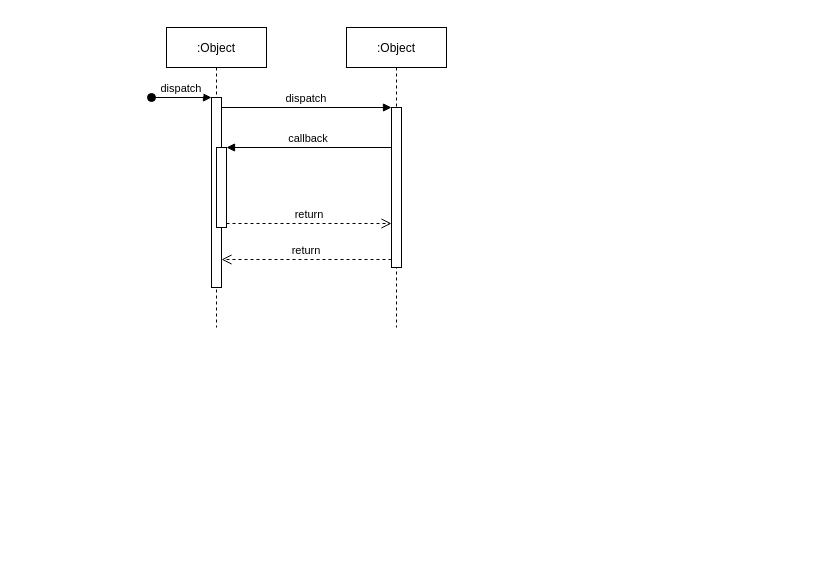
AnasBawazir/CarWashingStation keeps this draw.io diagram as sequance diagram v1.drawio. Above is the earlier version. Source tidied: cells renumbered, new cells numbered last; positions are measured from the earlier drawing's top-left corner, leaving out a move shared by most shapes. Both pictures are drawn from the tidied source at 100%, with x=0, y=0 at pixel (151, 27).
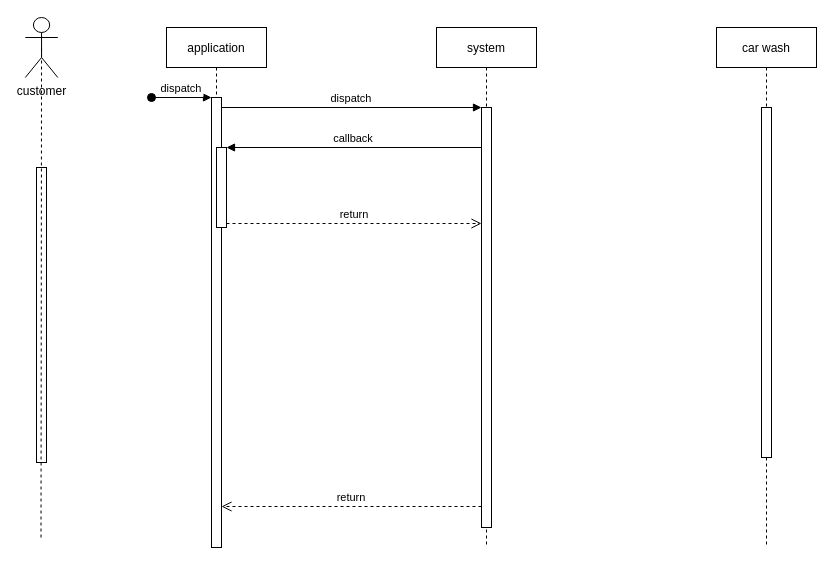
Above is the later version.

The edit, as a diff of the source:
```diff
@@
 <mxGraphModel>
   <root>
     <mxCell id="0" />
     <mxCell id="1" parent="0" />
-    <mxCell id="2" value=":Object" style="shape=umlLifeline;perimeter=lifelinePerimeter;rounded=0;shadow=0;strokeWidth=1;" parent="1" vertex="1">
-      <mxGeometry x="15" width="100" height="300" as="geometry" />
+    <mxCell id="2" value="application" style="shape=umlLifeline;perimeter=lifelinePerimeter;rounded=0;shadow=0;strokeWidth=1;" parent="1" vertex="1">
+      <mxGeometry x="15" width="100" height="520" as="geometry" />
     </mxCell>
     <mxCell id="3" style="points=[];perimeter=orthogonalPerimeter;rounded=0;shadow=0;strokeWidth=1;" parent="2" vertex="1">
-      <mxGeometry x="45" y="70" width="10" height="190" as="geometry" />
+      <mxGeometry x="45" y="70" width="10" height="450" as="geometry" />
     </mxCell>
     <mxCell id="4" value="dispatch" style="verticalAlign=bottom;startArrow=oval;endArrow=block;startSize=8;shadow=0;strokeWidth=1;" parent="2" edge="1" target="3">
       <mxGeometry relative="1" as="geometry">
         <mxPoint x="-15" y="70" as="sourcePoint" />
       </mxGeometry>
     </mxCell>
     <mxCell id="5" style="points=[];perimeter=orthogonalPerimeter;rounded=0;shadow=0;strokeWidth=1;" parent="2" vertex="1">
       <mxGeometry x="50" y="120" width="10" height="80" as="geometry" />
     </mxCell>
-    <mxCell id="6" value=":Object" style="shape=umlLifeline;perimeter=lifelinePerimeter;rounded=0;shadow=0;strokeWidth=1;" parent="1" vertex="1">
-      <mxGeometry x="195" width="100" height="300" as="geometry" />
+    <mxCell id="6" value="system" style="shape=umlLifeline;perimeter=lifelinePerimeter;rounded=0;shadow=0;strokeWidth=1;" parent="1" vertex="1">
+      <mxGeometry x="285" width="100" height="520" as="geometry" />
     </mxCell>
     <mxCell id="7" style="points=[];perimeter=orthogonalPerimeter;rounded=0;shadow=0;strokeWidth=1;" parent="6" vertex="1">
-      <mxGeometry x="45" y="80" width="10" height="160" as="geometry" />
+      <mxGeometry x="45" y="80" width="10" height="420" as="geometry" />
     </mxCell>
     <mxCell id="8" value="return" style="verticalAlign=bottom;endArrow=open;dashed=1;endSize=8;exitX=0;exitY=0.95;shadow=0;strokeWidth=1;" parent="1" edge="1" source="7" target="3">
       <mxGeometry relative="1" as="geometry" />
     </mxCell>
     <mxCell id="9" value="dispatch" style="verticalAlign=bottom;endArrow=block;entryX=0;entryY=0;shadow=0;strokeWidth=1;" parent="1" edge="1" source="3" target="7">
       <mxGeometry relative="1" as="geometry" />
     </mxCell>
     <mxCell id="10" value="callback" style="verticalAlign=bottom;endArrow=block;entryX=1;entryY=0;shadow=0;strokeWidth=1;" parent="1" edge="1" source="7" target="5">
       <mxGeometry relative="1" as="geometry" />
     </mxCell>
     <mxCell id="11" value="return" style="verticalAlign=bottom;endArrow=open;dashed=1;endSize=8;exitX=1;exitY=0.95;shadow=0;strokeWidth=1;" parent="1" edge="1" source="5" target="7">
       <mxGeometry relative="1" as="geometry" />
     </mxCell>
+    <mxCell id="12" value="car wash" style="shape=umlLifeline;perimeter=lifelinePerimeter;rounded=0;shadow=0;strokeWidth=1;" parent="1" vertex="1">
+      <mxGeometry x="565" width="100" height="520" as="geometry" />
+    </mxCell>
+    <mxCell id="13" style="perimeter=orthogonalPerimeter;rounded=0;shadow=0;strokeWidth=1;" parent="12" vertex="1">
+      <mxGeometry x="45" y="80" width="10" height="350" as="geometry" />
+    </mxCell>
+    <mxCell id="14" value="customer" style="shape=umlActor;verticalLabelPosition=bottom;verticalAlign=top;html=1;outlineConnect=0;" parent="1" vertex="1">
+      <mxGeometry x="-126.2" y="-10" width="32.5" height="60" as="geometry" />
+    </mxCell>
+    <mxCell id="15" style="perimeter=orthogonalPerimeter;rounded=0;shadow=0;strokeWidth=1;" parent="1" vertex="1">
+      <mxGeometry x="-115" y="140" width="10" height="295" as="geometry" />
+    </mxCell>
+    <mxCell id="16" style="endArrow=none;dashed=1;html=1;entryX=0.5;entryY=0.5;entryDx=0;entryDy=0;entryPerimeter=0;" parent="1" edge="1" target="14">
+      <mxGeometry relative="1" as="geometry">
+        <mxPoint x="-110.5" y="510" as="sourcePoint" />
+      </mxGeometry>
+    </mxCell>
   </root>
 </mxGraphModel>
```
